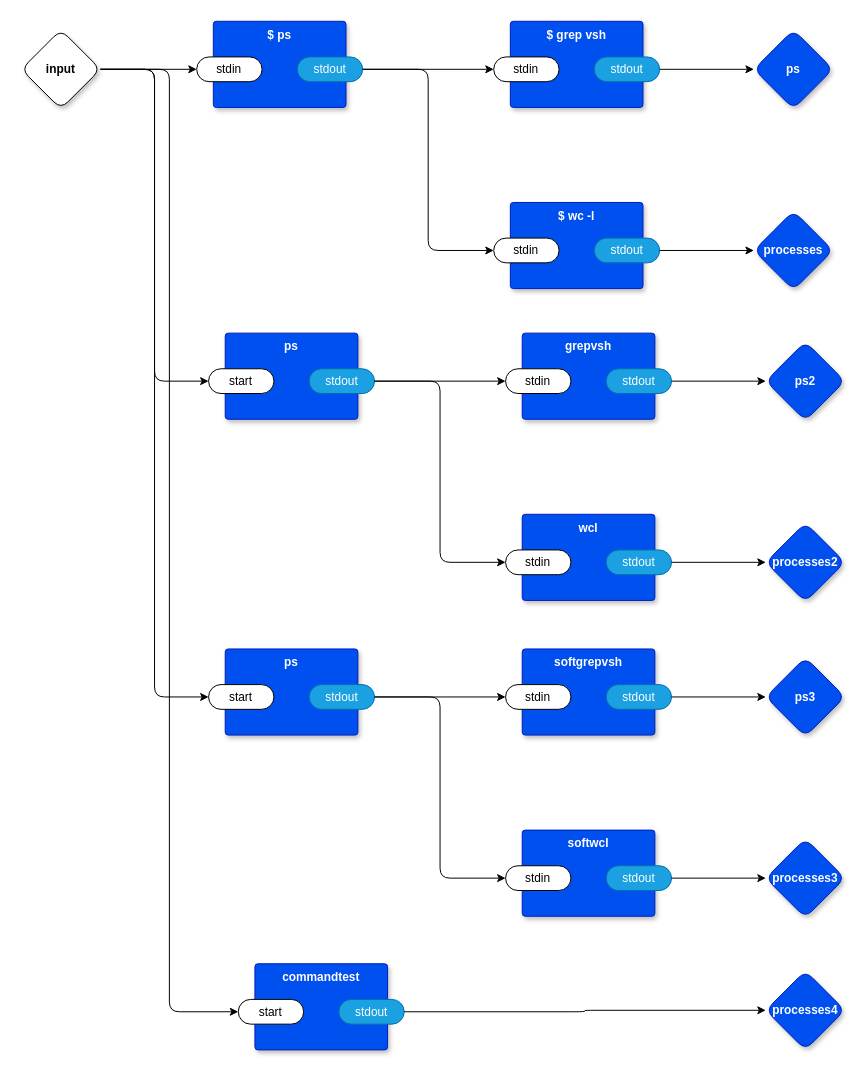
Earlier version of the draw.io diagram page "main" (1 of 10) of vsh.drawio (guitarvydas/odin0d). Source tidied: cells renumbered, new cells numbered last; positions are measured from the earlier drawing's top-left corner, leaving out a move shared by most shapes. Both pictures are drawn from the tidied source at 99%, with x=0, y=0 at pixel (21, 21).
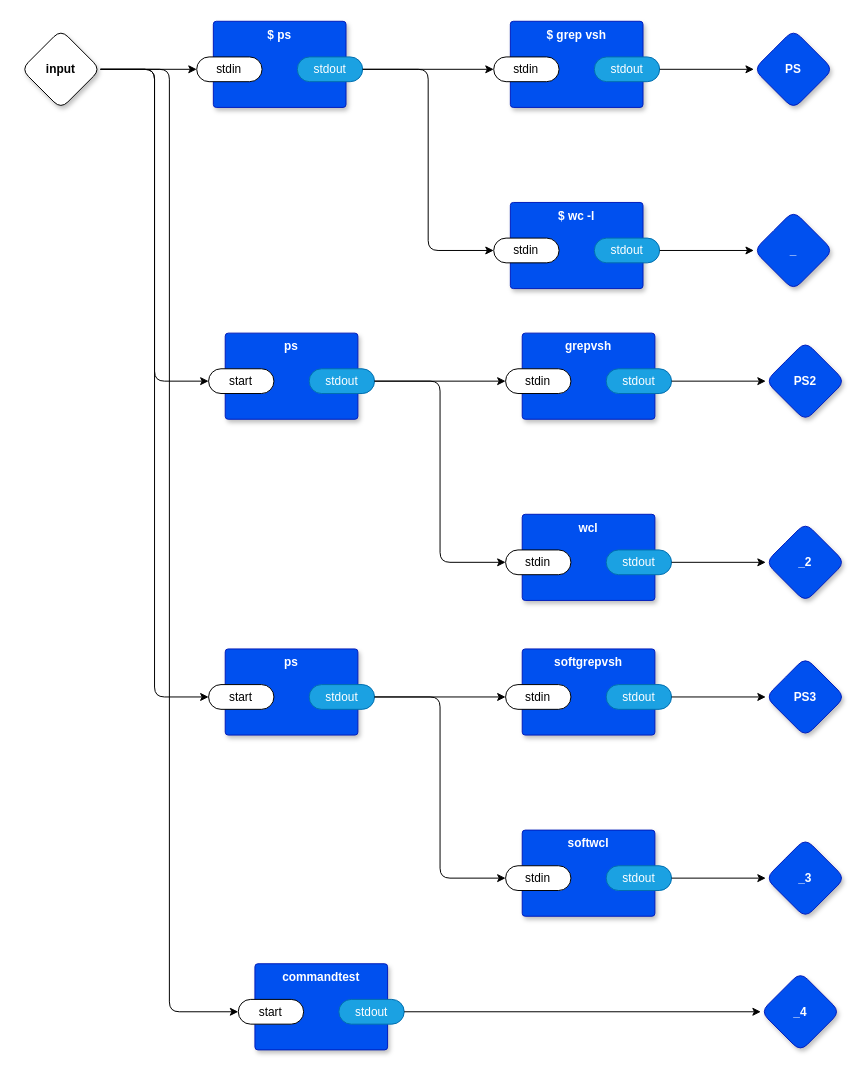
After the change.

Commit message:
rename output pins _

The change refers to these unchanged cells:
```xml
<mxCell id="54" value="stdout" style="rounded=1;whiteSpace=wrap;html=1;sketch=0;points=[[0,0.5,0,0,0],[1,0.5,0,0,0]];fillColor=#1ba1e2;fontColor=#ffffff;strokeColor=#006EAF;arcSize=50;" parent="52" vertex="1">
  <mxGeometry x="84.8" y="36" width="66" height="25" as="geometry" />
</mxCell>
```

Change to the diagram source:
```diff
@@
-    <mxCell id="7" value="ps" style="rhombus;whiteSpace=wrap;html=1;rounded=1;fillColor=#0050ef;fontColor=#ffffff;strokeColor=#001DBC;fontStyle=1;glass=0;sketch=0;fontSize=12;points=[[0,0.5,0,0,0],[0.5,0,0,0,0],[0.5,1,0,0,0],[1,0.5,0,0,0]];shadow=1;" parent="1" vertex="1">
+    <mxCell id="7" value="PS" style="rhombus;whiteSpace=wrap;html=1;rounded=1;fillColor=#0050ef;fontColor=#ffffff;strokeColor=#001DBC;fontStyle=1;glass=0;sketch=0;fontSize=12;points=[[0,0.5,0,0,0],[0.5,0,0,0,0],[0.5,1,0,0,0],[1,0.5,0,0,0]];shadow=1;" parent="1" vertex="1">
       <mxGeometry x="740" y="8.5" width="80" height="80" as="geometry" />
     </mxCell>
@@
-    <mxCell id="20" value="processes" style="rhombus;whiteSpace=wrap;html=1;rounded=1;fillColor=#0050ef;fontColor=#ffffff;strokeColor=#001DBC;fontStyle=1;glass=0;sketch=0;fontSize=12;points=[[0,0.5,0,0,0],[0.5,0,0,0,0],[0.5,1,0,0,0],[1,0.5,0,0,0]];shadow=1;" parent="1" vertex="1">
+    <mxCell id="20" value="_" style="rhombus;whiteSpace=wrap;html=1;rounded=1;fillColor=#0050ef;fontColor=#ffffff;strokeColor=#001DBC;fontStyle=1;glass=0;sketch=0;fontSize=12;points=[[0,0.5,0,0,0],[0.5,0,0,0,0],[0.5,1,0,0,0],[1,0.5,0,0,0]];shadow=1;" parent="1" vertex="1">
       <mxGeometry x="740" y="191.5" width="80" height="80" as="geometry" />
     </mxCell>
@@
-    <mxCell id="22" value="ps2" style="rhombus;whiteSpace=wrap;html=1;rounded=1;fillColor=#0050ef;fontColor=#ffffff;strokeColor=#001DBC;fontStyle=1;glass=0;sketch=0;fontSize=12;points=[[0,0.5,0,0,0],[0.5,0,0,0,0],[0.5,1,0,0,0],[1,0.5,0,0,0]];shadow=1;" parent="1" vertex="1">
+    <mxCell id="22" value="PS2" style="rhombus;whiteSpace=wrap;html=1;rounded=1;fillColor=#0050ef;fontColor=#ffffff;strokeColor=#001DBC;fontStyle=1;glass=0;sketch=0;fontSize=12;points=[[0,0.5,0,0,0],[0.5,0,0,0,0],[0.5,1,0,0,0],[1,0.5,0,0,0]];shadow=1;" parent="1" vertex="1">
       <mxGeometry x="752" y="323.5" width="80" height="80" as="geometry" />
     </mxCell>
@@
-    <mxCell id="35" value="processes2" style="rhombus;whiteSpace=wrap;html=1;rounded=1;fillColor=#0050ef;fontColor=#ffffff;strokeColor=#001DBC;fontStyle=1;glass=0;sketch=0;fontSize=12;points=[[0,0.5,0,0,0],[0.5,0,0,0,0],[0.5,1,0,0,0],[1,0.5,0,0,0]];shadow=1;" parent="1" vertex="1">
+    <mxCell id="35" value="_2" style="rhombus;whiteSpace=wrap;html=1;rounded=1;fillColor=#0050ef;fontColor=#ffffff;strokeColor=#001DBC;fontStyle=1;glass=0;sketch=0;fontSize=12;points=[[0,0.5,0,0,0],[0.5,0,0,0,0],[0.5,1,0,0,0],[1,0.5,0,0,0]];shadow=1;" parent="1" vertex="1">
       <mxGeometry x="752" y="506.5" width="80" height="80" as="geometry" />
     </mxCell>
@@
-    <mxCell id="37" value="ps3" style="rhombus;whiteSpace=wrap;html=1;rounded=1;fillColor=#0050ef;fontColor=#ffffff;strokeColor=#001DBC;fontStyle=1;glass=0;sketch=0;fontSize=12;points=[[0,0.5,0,0,0],[0.5,0,0,0,0],[0.5,1,0,0,0],[1,0.5,0,0,0]];shadow=1;" parent="1" vertex="1">
+    <mxCell id="37" value="PS3" style="rhombus;whiteSpace=wrap;html=1;rounded=1;fillColor=#0050ef;fontColor=#ffffff;strokeColor=#001DBC;fontStyle=1;glass=0;sketch=0;fontSize=12;points=[[0,0.5,0,0,0],[0.5,0,0,0,0],[0.5,1,0,0,0],[1,0.5,0,0,0]];shadow=1;" parent="1" vertex="1">
       <mxGeometry x="752" y="642.5" width="80" height="80" as="geometry" />
     </mxCell>
@@
-    <mxCell id="49" value="processes3" style="rhombus;whiteSpace=wrap;html=1;rounded=1;fillColor=#0050ef;fontColor=#ffffff;strokeColor=#001DBC;fontStyle=1;glass=0;sketch=0;fontSize=12;points=[[0,0.5,0,0,0],[0.5,0,0,0,0],[0.5,1,0,0,0],[1,0.5,0,0,0]];shadow=1;" parent="1" vertex="1">
+    <mxCell id="49" value="_3" style="rhombus;whiteSpace=wrap;html=1;rounded=1;fillColor=#0050ef;fontColor=#ffffff;strokeColor=#001DBC;fontStyle=1;glass=0;sketch=0;fontSize=12;points=[[0,0.5,0,0,0],[0.5,0,0,0,0],[0.5,1,0,0,0],[1,0.5,0,0,0]];shadow=1;" parent="1" vertex="1">
       <mxGeometry x="752" y="825.5" width="80" height="80" as="geometry" />
     </mxCell>
@@
-    <mxCell id="55" value="processes4" style="rhombus;whiteSpace=wrap;html=1;rounded=1;fillColor=#0050ef;fontColor=#ffffff;strokeColor=#001DBC;fontStyle=1;glass=0;sketch=0;fontSize=12;points=[[0,0.5,0,0,0],[0.5,0,0,0,0],[0.5,1,0,0,0],[1,0.5,0,0,0]];shadow=1;" parent="1" vertex="1">
-      <mxGeometry x="752" y="959" width="80" height="80" as="geometry" />
-    </mxCell>
-    <mxCell id="56" style="edgeStyle=orthogonalEdgeStyle;shape=connector;rounded=1;jettySize=auto;html=1;exitX=1;exitY=0.5;exitDx=0;exitDy=0;exitPerimeter=0;labelBackgroundColor=default;strokeColor=default;fontFamily=Helvetica;fontSize=11;fontColor=default;endArrow=classic;" parent="1" edge="1" source="54" target="55">
+    <mxCell id="56" style="edgeStyle=orthogonalEdgeStyle;shape=connector;rounded=1;jettySize=auto;html=1;exitX=1;exitY=0.5;exitDx=0;exitDy=0;exitPerimeter=0;labelBackgroundColor=default;strokeColor=default;fontFamily=Helvetica;fontSize=11;fontColor=default;endArrow=classic;entryX=0;entryY=0.5;entryDx=0;entryDy=0;entryPerimeter=0;" parent="1" edge="1" source="54" target="57">
       <mxGeometry relative="1" as="geometry" />
     </mxCell>
+    <mxCell id="57" value="_4" style="rhombus;whiteSpace=wrap;html=1;rounded=1;fillColor=#0050ef;fontColor=#ffffff;strokeColor=#001DBC;fontStyle=1;glass=0;sketch=0;fontSize=12;points=[[0,0.5,0,0,0],[0.5,0,0,0,0],[0.5,1,0,0,0],[1,0.5,0,0,0]];shadow=1;" parent="1" vertex="1">
+      <mxGeometry x="747" y="960.5" width="80" height="80" as="geometry" />
+    </mxCell>
```
